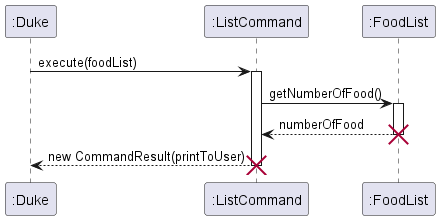
Above: docs/images/ListCommandSequenceDiagram.png in tsx0314/tp (PlantUML), before the change.
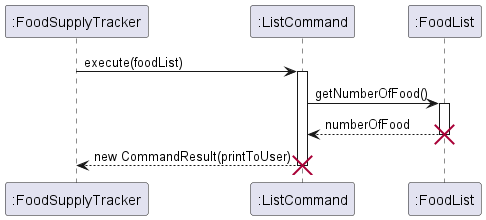
The same file after the commit.

Diff of the diagram source:
```diff
@@ -1,10 +1,10 @@
 @startuml
 
-Participant ":Duke"
+Participant ":FoodSupplyTracker"
 Participant ":ListCommand"
 Participant ":FoodList"
 
-":Duke" -> ":ListCommand": execute(foodList)
+":FoodSupplyTracker" -> ":ListCommand": execute(foodList)
 activate ":ListCommand"
 ":ListCommand" -> ":FoodList": getNumberOfFood()
 activate ":FoodList"
@@ -12,7 +12,7 @@
 deactivate ":FoodList"
 destroy ":FoodList"
 
-":ListCommand" --> ":Duke": new CommandResult(printToUser)
+":ListCommand" --> ":FoodSupplyTracker": new CommandResult(printToUser)
 deactivate ":ListCommand"
 destroy ":ListCommand"
 
```
